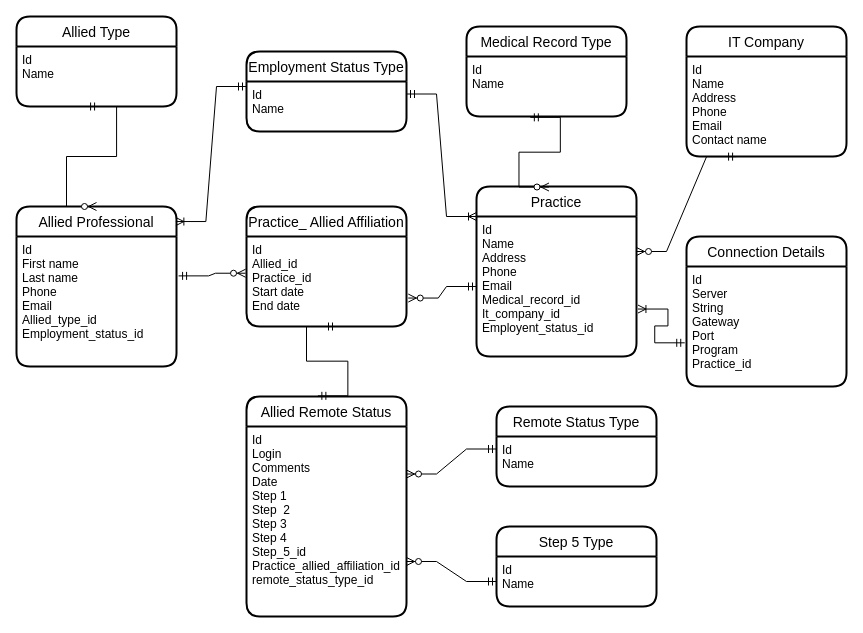
Above: Untitled Diagram.drawio in salome558/Project-Work (draw.io), before the change. Source tidied: cells renumbered, new cells numbered last; positions are measured from the earlier drawing's top-left corner, leaving out a move shared by most shapes. Both pictures are drawn from the tidied source at 100%, with x=0, y=0 at pixel (16, 16).
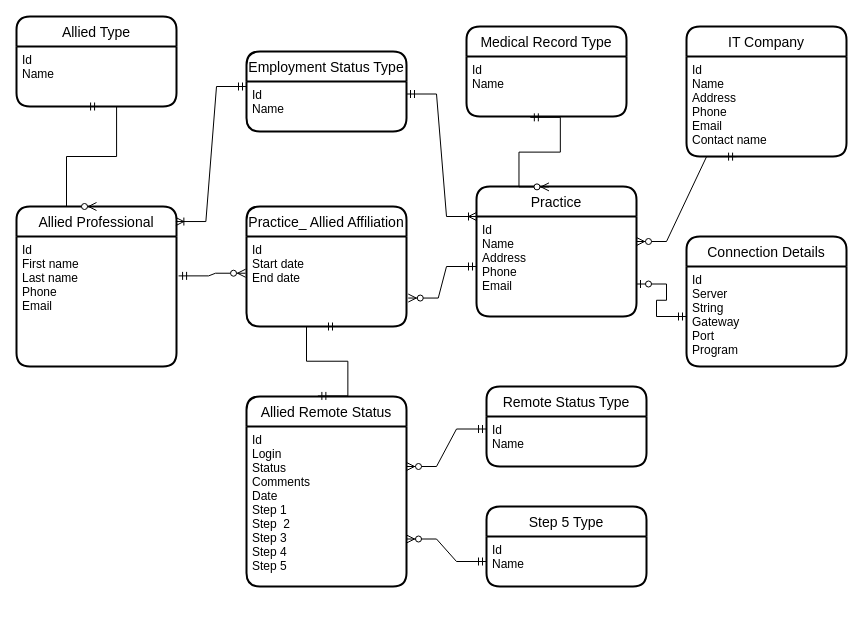
The same page after the edit.

The change refers to these unchanged cells:
```xml
<mxCell id="4" value="Allied Professional" style="swimlane;horizontal=1;startSize=30;rounded=1;fontSize=14;fontStyle=0;strokeWidth=2;shadow=0;dashed=0;align=center;" parent="1" vertex="1">
  <mxGeometry y="190" width="160" height="160" as="geometry" />
</mxCell>
<mxCell id="6" value="Practice_ Allied Affiliation" style="swimlane;horizontal=1;startSize=30;rounded=1;fontSize=14;fontStyle=0;strokeWidth=2;shadow=0;dashed=0;align=center;" parent="1" vertex="1">
  <mxGeometry x="230" y="190" width="160" height="120" as="geometry" />
</mxCell>
```

Diff of the diagram source:
```diff
@@
-    <mxCell id="5" value="Id&#10;First name&#10;Last name&#10;Phone&#10;Email&#10;Allied_type_id &#10;Employment_status_id" style="align=left;strokeColor=none;fillColor=none;spacingLeft=4;fontSize=12;verticalAlign=top;" parent="4" vertex="1">
+    <mxCell id="5" value="Id&#10;First name&#10;Last name&#10;Phone&#10;Email&#10; " style="align=left;strokeColor=none;fillColor=none;spacingLeft=4;fontSize=12;verticalAlign=top;" parent="4" vertex="1">
       <mxGeometry y="30" width="160" height="130" as="geometry" />
     </mxCell>
@@
-    <mxCell id="7" value="Id&#10;Allied_id&#10;Practice_id&#10;Start date&#10;End date" style="align=left;strokeColor=none;fillColor=none;spacingLeft=4;fontSize=12;verticalAlign=top;" parent="6" vertex="1">
+    <mxCell id="7" value="Id&#10;Start date&#10;End date" style="align=left;strokeColor=none;fillColor=none;spacingLeft=4;fontSize=12;verticalAlign=top;" parent="6" vertex="1">
       <mxGeometry y="30" width="160" height="90" as="geometry" />
     </mxCell>
@@
     <mxCell id="13" value="Practice" style="swimlane;horizontal=1;startSize=30;rounded=1;fontSize=14;fontStyle=0;strokeWidth=2;shadow=0;dashed=0;align=center;" parent="1" vertex="1">
-      <mxGeometry x="460" y="170" width="160" height="170" as="geometry" />
+      <mxGeometry x="460" y="170" width="160" height="130" as="geometry" />
     </mxCell>
-    <mxCell id="14" value="Id&#10;Name&#10;Address&#10;Phone&#10;Email&#10;Medical_record_id&#10;It_company_id&#10;Employent_status_id" style="align=left;strokeColor=none;fillColor=none;spacingLeft=4;fontSize=12;verticalAlign=top;" parent="13" vertex="1">
-      <mxGeometry y="30" width="160" height="140" as="geometry" />
+    <mxCell id="14" value="Id&#10;Name&#10;Address&#10;Phone&#10;Email" style="align=left;strokeColor=none;fillColor=none;spacingLeft=4;fontSize=12;verticalAlign=top;" parent="13" vertex="1">
+      <mxGeometry y="30" width="160" height="100" as="geometry" />
     </mxCell>
     <mxCell id="15" value="Allied Remote Status" style="swimlane;horizontal=1;startSize=30;rounded=1;fontSize=14;fontStyle=0;strokeWidth=2;shadow=0;dashed=0;align=center;" parent="1" vertex="1">
-      <mxGeometry x="230" y="380" width="160" height="220" as="geometry" />
+      <mxGeometry x="230" y="380" width="160" height="190" as="geometry" />
     </mxCell>
-    <mxCell id="16" value="Id&#10;Login&#10;Comments&#10;Date&#10;Step 1&#10;Step  2&#10;Step 3&#10;Step 4&#10;Step_5_id&#10;Practice_allied_affiliation_id&#10;remote_status_type_id&#10;" style="align=left;strokeColor=none;fillColor=none;spacingLeft=4;fontSize=12;verticalAlign=top;" parent="15" vertex="1">
-      <mxGeometry y="30" width="160" height="190" as="geometry" />
+    <mxCell id="16" value="Id&#10;Login&#10;Status&#10;Comments&#10;Date&#10;Step 1&#10;Step  2&#10;Step 3&#10;Step 4&#10;Step 5&#10;" style="align=left;strokeColor=none;fillColor=none;spacingLeft=4;fontSize=12;verticalAlign=top;" parent="15" vertex="1">
+      <mxGeometry y="30" width="160" height="160" as="geometry" />
     </mxCell>
     <mxCell id="17" value="Connection Details" style="swimlane;horizontal=1;startSize=30;rounded=1;fontSize=14;fontStyle=0;strokeWidth=2;shadow=0;dashed=0;align=center;" parent="1" vertex="1">
-      <mxGeometry x="670" y="220" width="160" height="150" as="geometry" />
+      <mxGeometry x="670" y="220" width="160" height="130" as="geometry" />
     </mxCell>
-    <mxCell id="18" value="Id&#10;Server&#10;String&#10;Gateway&#10;Port&#10;Program&#10;Practice_id" style="align=left;strokeColor=none;fillColor=none;spacingLeft=4;fontSize=12;verticalAlign=top;" parent="17" vertex="1">
-      <mxGeometry y="30" width="160" height="120" as="geometry" />
+    <mxCell id="18" value="Id&#10;Server&#10;String&#10;Gateway&#10;Port&#10;Program" style="align=left;strokeColor=none;fillColor=none;spacingLeft=4;fontSize=12;verticalAlign=top;" parent="17" vertex="1">
+      <mxGeometry y="30" width="160" height="100" as="geometry" />
     </mxCell>
     <mxCell id="19" value="Remote Status Type" style="swimlane;horizontal=1;startSize=30;rounded=1;fontSize=14;fontStyle=0;strokeWidth=2;shadow=0;dashed=0;align=center;" parent="1" vertex="1">
-      <mxGeometry x="480" y="390" width="160" height="80" as="geometry" />
+      <mxGeometry x="470" y="370" width="160" height="80" as="geometry" />
     </mxCell>
@@
     <mxCell id="21" value="Step 5 Type" style="swimlane;horizontal=1;startSize=30;rounded=1;fontSize=14;fontStyle=0;strokeWidth=2;shadow=0;dashed=0;align=center;" parent="1" vertex="1">
-      <mxGeometry x="480" y="510" width="160" height="80" as="geometry" />
+      <mxGeometry x="470" y="490" width="160" height="80" as="geometry" />
     </mxCell>
@@
-    <mxCell id="30" style="edgeStyle=entityRelationEdgeStyle;fontSize=12;html=1;endArrow=ERoneToMany;startArrow=ERmandOne;rounded=0;exitX=-0.011;exitY=0.636;exitDx=0;exitDy=0;exitPerimeter=0;entryX=1.009;entryY=0.661;entryDx=0;entryDy=0;entryPerimeter=0;" parent="1" edge="1" source="18" target="14">
-      <mxGeometry relative="1" as="geometry" />
-    </mxCell>
@@
+    <mxCell id="36" style="edgeStyle=entityRelationEdgeStyle;fontSize=12;html=1;endArrow=ERzeroToOne;startArrow=ERmandOne;rounded=0;exitX=0;exitY=0.5;exitDx=0;exitDy=0;entryX=1;entryY=0.75;entryDx=0;entryDy=0;" parent="1" edge="1" source="18" target="13">
+      <mxGeometry relative="1" as="geometry" />
+    </mxCell>
```
